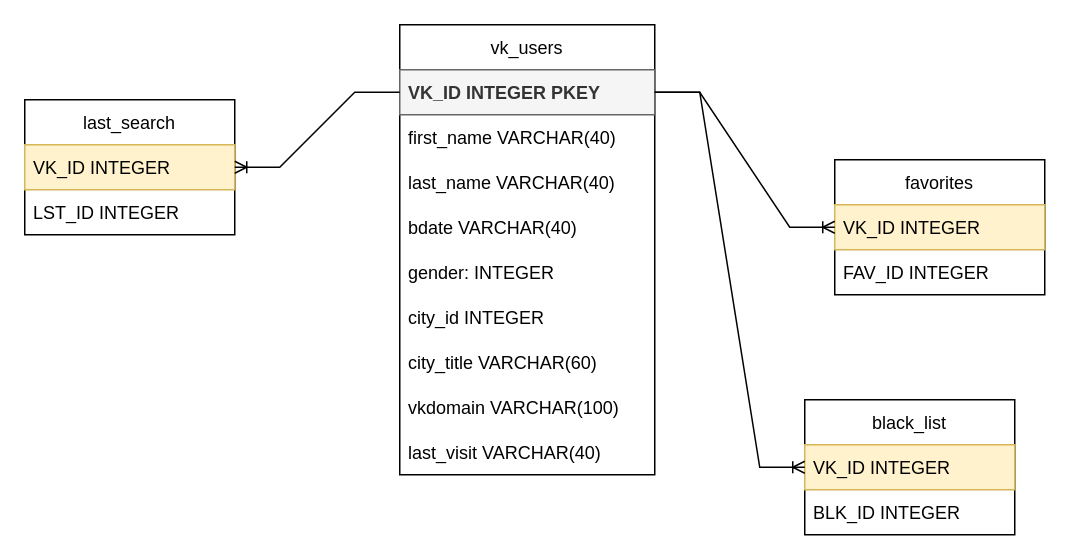
Garbuzenko/VKinder keeps this draw.io diagram as docs/DB_Vkinter.drawio. Above is the earlier version. Source tidied: cells renumbered, new cells numbered last; positions are measured from the earlier drawing's top-left corner, leaving out a move shared by most shapes. Both pictures are drawn from the tidied source at 150%, with x=0, y=0 at pixel (24, 24).
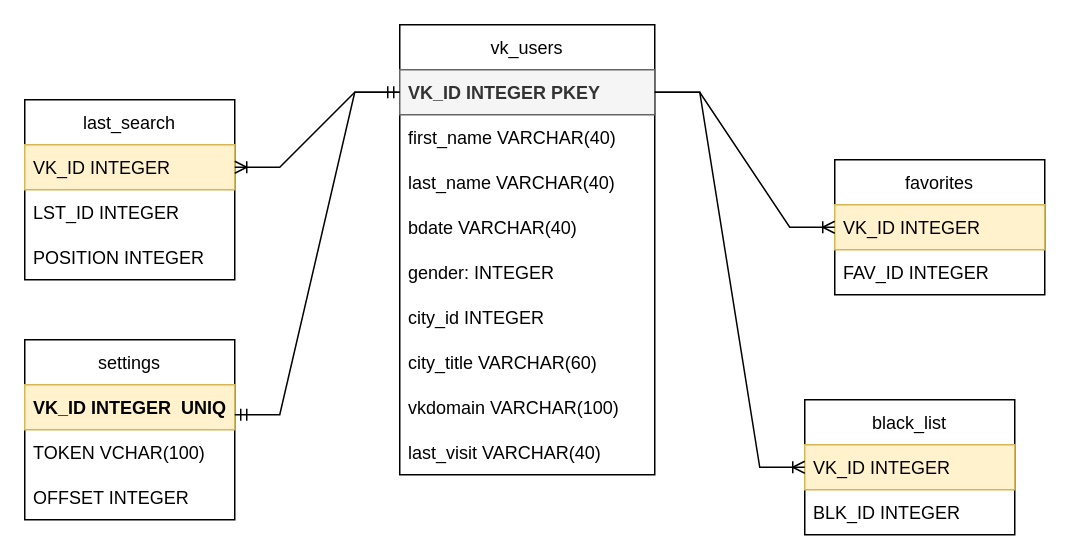
Above is the later version.

The change refers to these unchanged cells:
```xml
<mxCell id="3" value="VK_ID INTEGER PKEY" style="text;strokeColor=#666666;fillColor=#f5f5f5;align=left;verticalAlign=middle;spacingLeft=4;spacingRight=4;overflow=hidden;points=[[0,0.5],[1,0.5]];portConstraint=eastwest;fontColor=#333333;fontStyle=1;" parent="2" vertex="1">
  <mxGeometry y="30" width="170" height="30" as="geometry" />
</mxCell>
<mxCell id="20" value="VK_ID INTEGER " style="text;strokeColor=#d6b656;fillColor=#fff2cc;align=left;verticalAlign=middle;spacingLeft=4;spacingRight=4;overflow=hidden;points=[[0,0.5],[1,0.5]];portConstraint=eastwest;" parent="19" vertex="1">
  <mxGeometry y="30" width="140" height="30" as="geometry" />
</mxCell>
```

The edit, as a diff of the source:
```diff
@@
     <mxCell id="19" value="last_search" style="swimlane;fontStyle=0;horizontal=1;startSize=30;" parent="1" vertex="1">
-      <mxGeometry y="50" width="140" height="90" as="geometry" />
+      <mxGeometry y="50" width="140" height="120" as="geometry" />
     </mxCell>
@@
+    <mxCell id="24" value="POSITION INTEGER" style="text;strokeColor=none;fillColor=none;align=left;verticalAlign=middle;spacingLeft=4;spacingRight=4;overflow=hidden;" parent="19" vertex="1">
+      <mxGeometry y="90" width="140" height="30" as="geometry" />
+    </mxCell>
@@
-    <mxCell id="23" style="edgeStyle=entityRelationEdgeStyle;fontSize=12;html=1;endArrow=ERoneToMany;rounded=0;exitX=0;exitY=0.5;exitDx=0;exitDy=0;entryX=1;entryY=0.5;entryDx=0;entryDy=0;" parent="1" edge="1" source="3" target="19">
+    <mxCell id="23" style="edgeStyle=entityRelationEdgeStyle;fontSize=12;html=1;endArrow=ERoneToMany;rounded=0;exitX=0;exitY=0.5;exitDx=0;exitDy=0;entryX=1;entryY=0.5;entryDx=0;entryDy=0;" parent="1" edge="1" source="3" target="20">
       <mxGeometry relative="1" as="geometry" />
     </mxCell>
+    <mxCell id="25" value="settings" style="swimlane;fontStyle=0;horizontal=1;startSize=30;" parent="1" vertex="1">
+      <mxGeometry y="210" width="140" height="120" as="geometry" />
+    </mxCell>
+    <mxCell id="26" value="VK_ID INTEGER  UNIQ" style="text;strokeColor=#d6b656;fillColor=#fff2cc;align=left;verticalAlign=middle;spacingLeft=4;spacingRight=4;overflow=hidden;points=[[0,0.5],[1,0.5]];portConstraint=eastwest;fontStyle=1;" parent="25" vertex="1">
+      <mxGeometry y="30" width="140" height="30" as="geometry" />
+    </mxCell>
+    <mxCell id="27" value="TOKEN VCHAR(100)" style="text;strokeColor=none;fillColor=none;align=left;verticalAlign=middle;spacingLeft=4;spacingRight=4;overflow=hidden;" parent="25" vertex="1">
+      <mxGeometry y="60" width="140" height="30" as="geometry" />
+    </mxCell>
+    <mxCell id="28" value="OFFSET INTEGER" style="text;strokeColor=none;fillColor=none;align=left;verticalAlign=middle;spacingLeft=4;spacingRight=4;overflow=hidden;" parent="25" vertex="1">
+      <mxGeometry y="90" width="140" height="30" as="geometry" />
+    </mxCell>
+    <mxCell id="29" style="edgeStyle=entityRelationEdgeStyle;fontSize=12;html=1;endArrow=ERmandOne;startArrow=ERmandOne;rounded=0;entryX=0;entryY=0.5;entryDx=0;entryDy=0;exitX=1;exitY=0.667;exitDx=0;exitDy=0;exitPerimeter=0;" parent="1" edge="1" source="26" target="3">
+      <mxGeometry relative="1" as="geometry" />
+    </mxCell>
```
